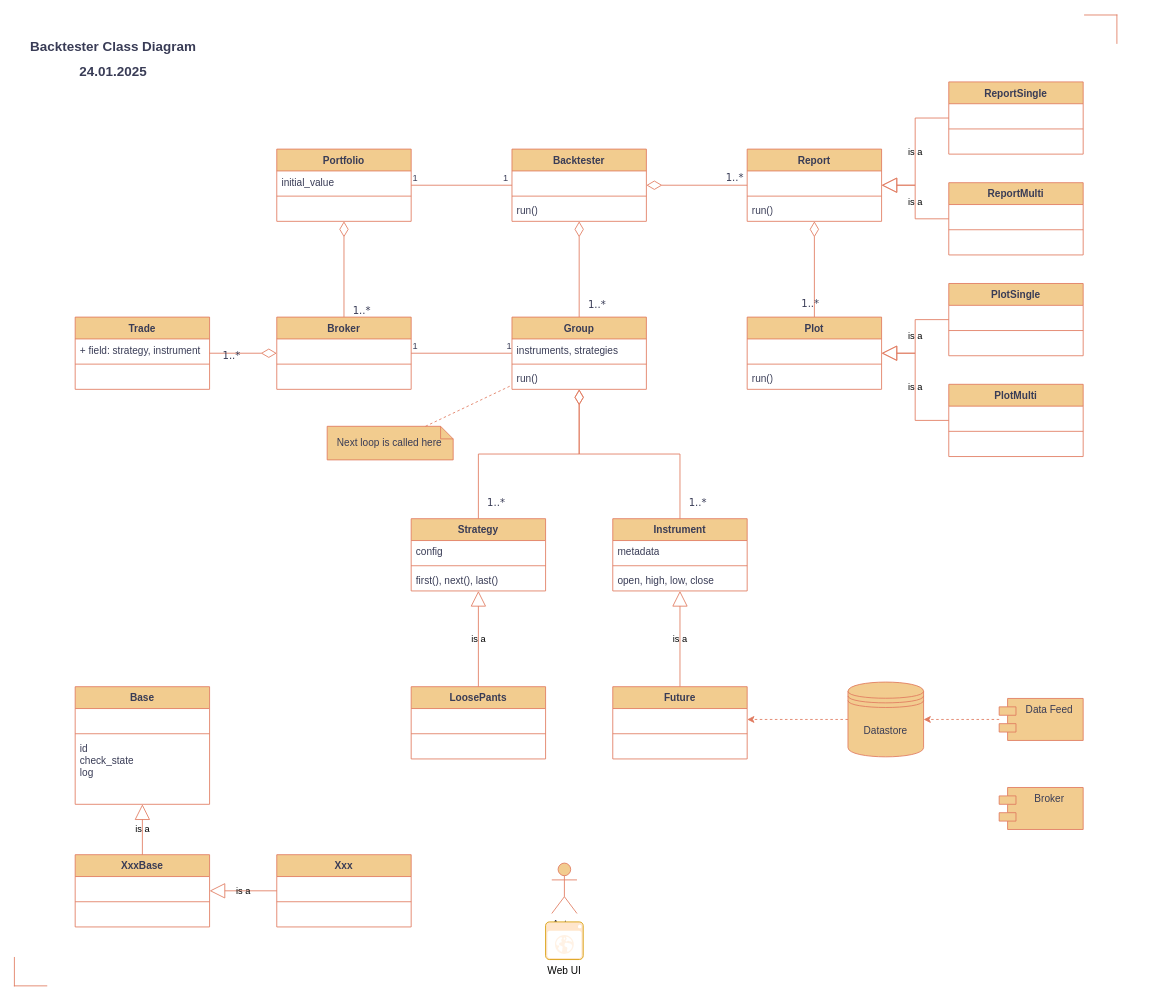
Before: Src/Futures/Backtester/BacktesterBase/Class Diagram.drawio in VLolov/Norgate, a draw.io diagram. Source tidied: cells renumbered, new cells numbered last; positions are measured from the earlier drawing's top-left corner, leaving out a move shared by most shapes. Both pictures are drawn from the tidied source at 84%, with x=0, y=0 at pixel (16, 13).
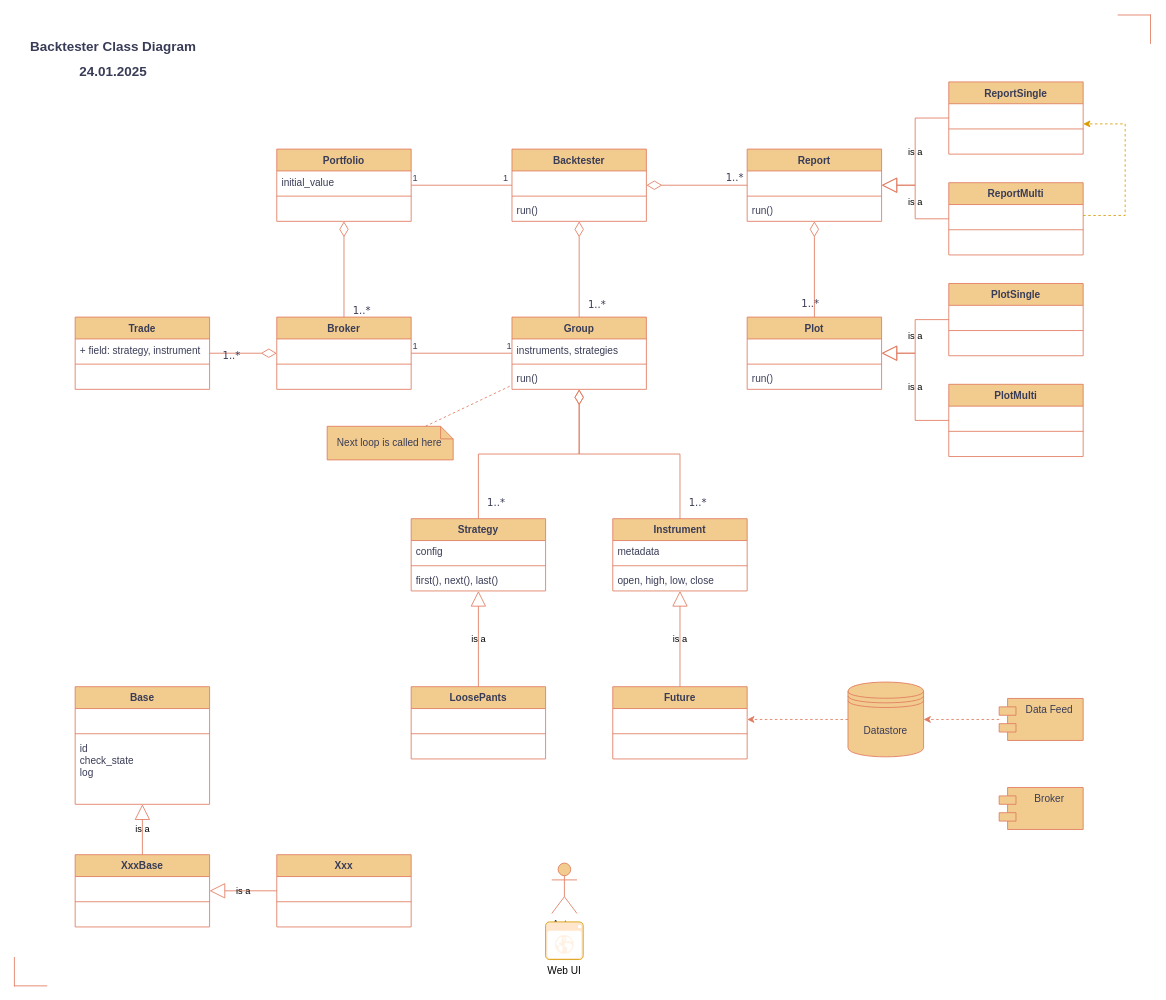
Above is the later version.

The change refers to these unchanged cells:
```xml
<mxCell id="59" value="&amp;nbsp;" style="text;strokeColor=none;fillColor=none;align=left;verticalAlign=top;spacingLeft=4;spacingRight=4;overflow=hidden;points=[[0,0.5],[1,0.5]];portConstraint=eastwest;whiteSpace=wrap;html=1;labelBackgroundColor=none;fontColor=#393C56;" parent="58" vertex="1">
  <mxGeometry y="26" width="160" height="26" as="geometry" />
</mxCell>
```

What changed in the source:
```diff
@@
     <mxCell id="104" style="shape=partialRectangle;whiteSpace=wrap;html=1;bottom=0;right=0;fillColor=none;strokeColor=#E07A5F;fontColor=#393C56;rotation=90;labelBackgroundColor=none;" parent="1" vertex="1">
-      <mxGeometry x="1274" width="33.8" height="38.5" as="geometry" />
+      <mxGeometry x="1314" width="33.8" height="38.5" as="geometry" />
     </mxCell>
@@
+    <mxCell id="114" style="edgeStyle=orthogonalEdgeStyle;rounded=0;jettySize=auto;html=1;exitX=1;exitY=0.5;exitDx=0;exitDy=0;fillColor=#ffe6cc;strokeColor=#d79b00;dashed=1;" parent="1" edge="1" source="59">
+      <mxGeometry relative="1" as="geometry">
+        <mxPoint x="1270" y="132" as="targetPoint" />
+        <Array as="points">
+          <mxPoint x="1320" y="241" />
+          <mxPoint x="1320" y="132" />
+        </Array>
+      </mxGeometry>
+    </mxCell>
```
